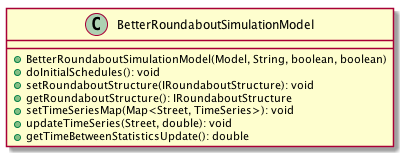
The PlantUML diagram images/uml-class/at.fhv.itm3.s2.roundabout.simulation.BetterRoundaboutSimulationModel.png in Oxydation/RoundaboutDornbirnNorth, before a commit.
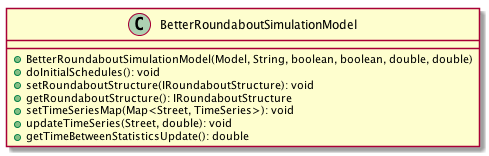
The same diagram one commit later.

Change to the diagram source:
```diff
@@ -1,7 +1,7 @@
 @startuml
 
     class BetterRoundaboutSimulationModel [[../../../../../at/fhv/itm3/s2/roundabout/simulation/BetterRoundaboutSimulationModel.html]] {
-        +BetterRoundaboutSimulationModel(Model, String, boolean, boolean)
+        +BetterRoundaboutSimulationModel(Model, String, boolean, boolean, double, double)
         +doInitialSchedules(): void
         +setRoundaboutStructure(IRoundaboutStructure): void
         +getRoundaboutStructure(): IRoundaboutStructure
```
